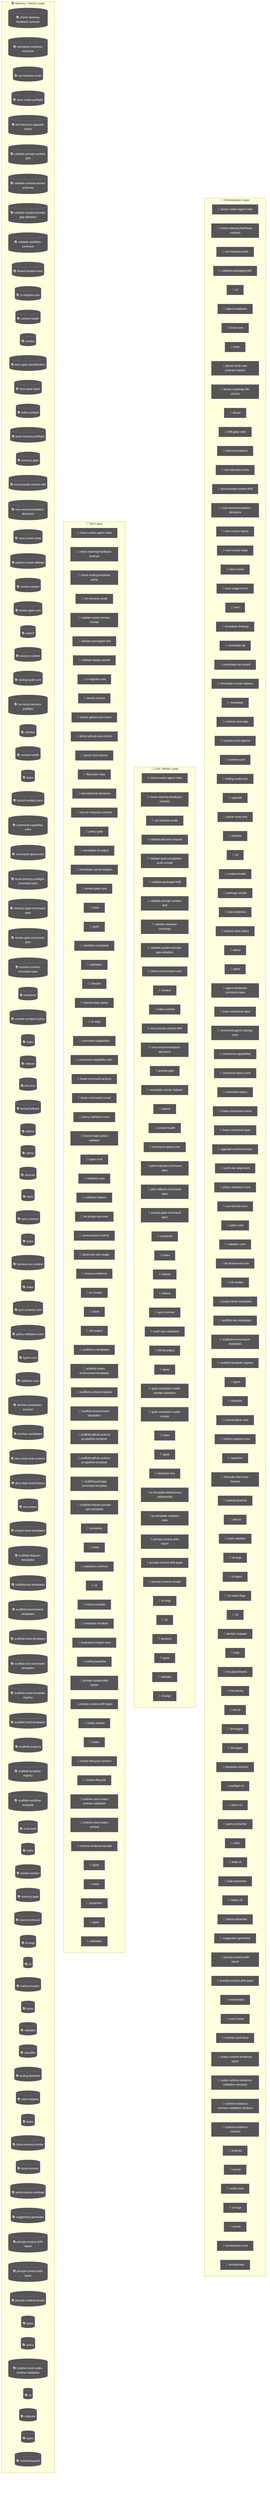
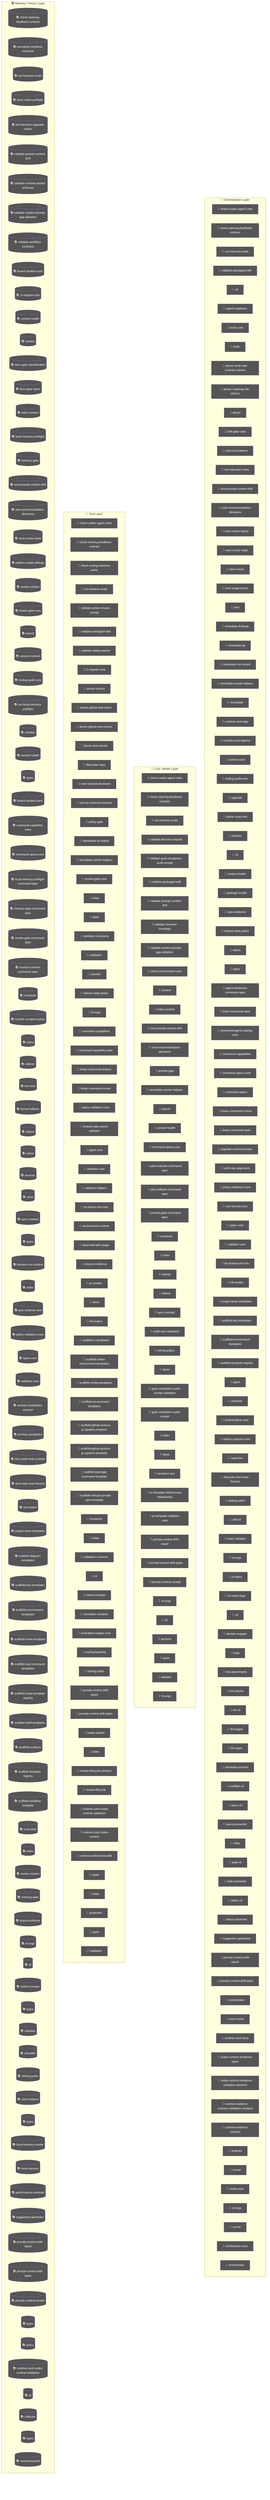
flowchart TD
  subgraph Orchestration["🎯 Orchestration Layer"]
    node_agent_mmd_orchestration_layer_orchestration_chec_7a9f0b64["🤖 check-codex-agent-roles"]
    node_agent_mmd_orchestration_layer_orchestration_chec_7fd47f5c["🤖 check-steering-feedback-contract"]
    node_agent_mmd_orchestration_layer_orchestration_run__18817957["🤖 run-harness-evals"]
    node_agent_mmd_orchestration_layer_orchestration_vali_c01b04be["🤖 validate-packaged-skill"]
    cli_99bb8840["🤖 cli"]
    agent_readiness_c82c68e6["🤖 agent-readiness"]
    brain_core_aa07c380["🤖 brain-core"]
    brain_bbbf7a64["🤖 brain"]
    doctor_north_star_contract_checks_0048124c["🤖 doctor-north-star-contract-checks"]
    doctor_roadmap_file_checks_14447b8e["🤖 doctor-roadmap-file-checks"]
    doctor_72f4be89["🤖 doctor"]
    drift_gate_rules_9685e72d["🤖 drift-gate-rules"]
    next_cli_evidence_2385bd04["🤖 next-cli-evidence"]
    next_decision_meta_c58bc91b["🤖 next-decision-meta"]
    node_agent_mmd_orchestration_layer_orchestration_next_bd28cb25["🤖 next-prompt-context-drift"]
    node_agent_mmd_orchestration_layer_orchestration_next_2419fcae["🤖 next-recommendation-decisions"]
    next_runner_inputs_754dba64["🤖 next-runner-inputs"]
    node_agent_mmd_orchestration_layer_orchestration_next_5393fba1["🤖 next-runner-state"]
    next_runner_41643472["🤖 next-runner"]
    next_usage_errors_837a345a["🤖 next-usage-errors"]
    next_c6c1c9a9["🤖 next"]
    remediate_findings_8b09c8c6["🤖 remediate-findings"]
    remediate_git_58c6f6f4["🤖 remediate-git"]
    remediate_run_record_9dfe5dc1["🤖 remediate-run-record"]
    node_agent_mmd_orchestration_layer_orchestration_reme_359fe98f["🤖 remediate-runner-helpers"]
    remediate_06b9c7fc["🤖 remediate"]
    runtime_card_args_2b3d4b28["🤖 runtime-card-args"]
    runtime_card_options_c9156ad5["🤖 runtime-card-options"]
    runtime_card_e06b53e1["🤖 runtime-card"]
    node_agent_mmd_orchestration_layer_orchestration_tool_acfe0c01["🤖 tooling-audit-core"]
    upgrade_7fef9479["🤖 upgrade"]
    active_route_refs_d7a46846["🤖 active-route-refs"]
    node_agent_mmd_orchestration_layer_orchestration_chec_0550c395["🤖 checker"]
    cli_1_084e05fe["🤖 cli"]
    node_agent_mmd_orchestration_layer_orchestration_cont_61b3b9c9["🤖 context-health"]
    package_scripts_3ee6150f["🤖 package-scripts"]
    repo_evidence_38bb1de5["🤖 repo-evidence"]
    node_agent_mmd_orchestration_layer_orchestration_shar_724ef5f0["🤖 shared-state-policy"]
    status_073c1634["🤖 status"]
    node_agent_mmd_orchestration_layer_orchestration_type_4f906dcc["🤖 types"]
    agent_readiness_command_spec_a30c2c1e["🤖 agent-readiness-command-spec"]
    brain_command_spec_15b122d5["🤖 brain-command-spec"]
    command_agent_catalog_rules_8e06b2af["🤖 command-agent-catalog-rules"]
    node_agent_mmd_orchestration_layer_orchestration_comm_6e41a7f7["🤖 command-capabilities"]
    node_agent_mmd_orchestration_layer_orchestration_comm_1f8cc24c["🤖 command-specs-core"]
    command_specs_69167c63["🤖 command-specs"]
    node_agent_mmd_orchestration_layer_orchestration_line_b67affd5["🤖 linear-command-runner"]
    linear_command_spec_1e12dd44["🤖 linear-command-spec"]
    upgrade_command_spec_03f6c7bd["🤖 upgrade-command-spec"]
    north_star_alignment_00440188["🤖 north-star-alignment"]
    node_agent_mmd_orchestration_layer_orchestration_poli_3270b55d["🤖 policy-validators-core"]
    run_records_core_89286dfa["🤖 run-records-core"]
    node_agent_mmd_orchestration_layer_orchestration_type_7cf81261["🤖 types-core"]
    node_agent_mmd_orchestration_layer_orchestration_vali_d9fe99e6["🤖 validator-core"]
    node_agent_mmd_orchestration_layer_orchestration_he_p_fc778c24["🤖 he-phase-exit-core"]
    node_agent_mmd_orchestration_layer_orchestration_init_2a9c3ecb["🤖 init-modes"]
    node_agent_mmd_orchestration_layer_orchestration_proj_6ab6f60f["🤖 project-brain-templates"]
    node_agent_mmd_orchestration_layer_orchestration_scaf_12cc07db["🤖 scaffold-doc-templates"]
    node_agent_mmd_orchestration_layer_orchestration_scaf_c9a90c2f["🤖 scaffold-environment-templates"]
    node_agent_mmd_orchestration_layer_orchestration_scaf_ff8f92f6["🤖 scaffold-template-registry"]
    types_17_ed30531c["🤖 types"]
    node_agent_mmd_orchestration_layer_orchestration_clas_899b821a["🤖 classifier"]
    control_plane_core_db3b4cb2["🤖 control-plane-core"]
    metrics_capture_core_db4bf7cf["🤖 metrics-capture-core"]
    registries_06402afa["🤖 registries"]
    lifecycle_intent_test_fixtures_a53c7ada["🤖 lifecycle-intent-test-fixtures"]
-     node_agent_mmd_orchestration_layer_orchestration_tool_cc43149f["🤖 tooling-baseline"]
+     node_agent_mmd_orchestration_layer_orchestration_tool_6fb851c8["🤖 tooling-paths"]
    add_cli_7614de25["🤖 add-cli"]
    brain_validator_be251832["🤖 brain-validator"]
    cli_args_8_d546936e["🤖 cli-args"]
    cli_types_1686e858["🤖 cli-types"]
    cli_value_flags_732a8e43["🤖 cli-value-flags"]
    cli_10_35dc8cbd["🤖 cli"]
    domain_mapper_cd9333d2["🤖 domain-mapper"]
    help_106a5842["🤖 help"]
    lint_attachments_873c0632["🤖 lint-attachments"]
    lint_checks_83522b19["🤖 lint-checks"]
    lint_cli_9ec62ec0["🤖 lint-cli"]
    lint_pages_e33301d0["🤖 lint-pages"]
    lint_types_2862c255["🤖 lint-types"]
    metadata_scanner_6a101b66["🤖 metadata-scanner"]
    preflight_cli_5d148379["🤖 preflight-cli"]
    query_cli_b95be64d["🤖 query-cli"]
    query_presenter_02e6077c["🤖 query-presenter"]
    rules_6c621d1a["🤖 rules"]
    stale_cli_64548720["🤖 stale-cli"]
    stale_presenter_1de4e3a2["🤖 stale-presenter"]
    status_cli_4c24a0d6["🤖 status-cli"]
    status_presenter_8de686c1["🤖 status-presenter"]
    node_agent_mmd_orchestration_layer_orchestration_sugg_85c5ebe3["🤖 suggestion-generator"]
    node_agent_mmd_orchestration_layer_orchestration_prom_d17b4de2["🤖 prompt-context-drift-report"]
    node_agent_mmd_orchestration_layer_orchestration_prom_77088997["🤖 prompt-context-drift-types"]
    orchestrator_11376b7e["🤖 orchestrator"]
    eval_runner_0966a6b3["🤖 eval-runner"]
    runtime_card_trace_64a5ca95["🤖 runtime-card-trace"]
    codex_runtime_evidence_types_f55808dd["🤖 codex-runtime-evidence-types"]
    codex_runtime_evidence_validation_sections_6d236b4a["🤖 codex-runtime-evidence-validation-sections"]
    runtime_evidence_contract_validation_sections_1779ca7c["🤖 runtime-evidence-contract-validation-sections"]
    runtime_evidence_contract_0f7b15b2["🤖 runtime-evidence-contract"]
    analysis_f44e85c4["🤖 analysis"]
    runner_527aa9f4["🤖 runner"]
    verify_work_1_cd8e7ec3["🤖 verify-work"]
    cli_args_14_3481043e["🤖 cli-args"]
    runner_1_6f281bf8["🤖 runner"]
    orchestrator_core_d0678b53["🤖 orchestrator-core"]
    orchestrator_1_6b7137c5["🤖 orchestrator"]
  end
  subgraph LLMLayer["🧠 LLM / Model Layer"]
    node_agent_mmd_llm_model_layer_llmlayer_check_codex_a_29e7b7fa["💡 check-codex-agent-roles"]
    node_agent_mmd_llm_model_layer_llmlayer_check_steerin_0e1bf90d["💡 check-steering-feedback-contract"]
    node_agent_mmd_llm_model_layer_llmlayer_run_harness_e_603fcfdc["💡 run-harness-evals"]
    validate_decision_request_2e5c325e["💡 validate-decision-request"]
    validate_goal_completion_audit_receipt_100d252c["💡 validate-goal-completion-audit-receipt"]
    node_agent_mmd_llm_model_layer_llmlayer_validate_pack_2a12e1f4["💡 validate-packaged-skill"]
    node_agent_mmd_llm_model_layer_llmlayer_validate_prom_9880f764["💡 validate-prompt-context-drift"]
    validate_reviewer_coverage_251efee3["💡 validate-reviewer-coverage"]
    node_agent_mmd_llm_model_layer_llmlayer_validate_syst_5636156e["💡 validate-system-prompt-gap-adoption"]
    check_environment_core_2c16213f["💡 check-environment-core"]
    node_agent_mmd_llm_model_layer_llmlayer_context_conte_ad2dfbd9["💡 context"]
    node_agent_mmd_llm_model_layer_llmlayer_index_context_1041bd11["💡 index-context"]
    node_agent_mmd_llm_model_layer_llmlayer_next_prompt_c_bdfb9c8c["💡 next-prompt-context-drift"]
    node_agent_mmd_llm_model_layer_llmlayer_next_recommen_b2930791["💡 next-recommendation-decisions"]
    prompt_gate_c5e9d207["💡 prompt-gate"]
    node_agent_mmd_llm_model_layer_llmlayer_remediate_run_9e3d4585["💡 remediate-runner-helpers"]
    node_agent_mmd_llm_model_layer_llmlayer_search_search_66b9a911["💡 search"]
    node_agent_mmd_llm_model_layer_llmlayer_context_healt_cfc0bfa8["💡 context-health"]
    node_agent_mmd_llm_model_layer_llmlayer_command_specs_782af9fa["💡 command-specs-core"]
    pilot_evaluate_command_spec_1084ea72["💡 pilot-evaluate-command-spec"]
    pilot_rollback_command_spec_4fe69f7d["💡 pilot-rollback-command-spec"]
    prompt_gate_command_spec_9a941482["💡 prompt-gate-command-spec"]
    node_agent_mmd_llm_model_layer_llmlayer_constants_con_c9bd3f6c["💡 constants"]
    node_agent_mmd_llm_model_layer_llmlayer_index_index_1_02e160ff["💡 index"]
    node_agent_mmd_llm_model_layer_llmlayer_indexer_index_4f4deef5["💡 indexer"]
    node_agent_mmd_llm_model_layer_llmlayer_ollama_ollama_968b23fa["💡 ollama"]
    node_agent_mmd_llm_model_layer_llmlayer_sync_contract_9f3cc8c1["💡 sync-contract"]
    north_star_validators_cfc926ce["💡 north-star-validators"]
    hilt_boundary_9b36fb15["💡 hilt-boundary"]
    types_10_75e5a4a0["💡 types"]
    goal_completion_audit_receipt_validation_9d0f4891["💡 goal-completion-audit-receipt-validation"]
    goal_completion_audit_receipt_5e4939c3["💡 goal-completion-audit-receipt"]
    index_5_522f772a["💡 index"]
    node_agent_mmd_llm_model_layer_llmlayer_constants_con_c9bd3f6c["💡 constants"]
    types_18_37582e2a["💡 types"]
    sensitive_text_7c11f760["💡 sensitive-text"]
    pr_template_linked_issue_relationship_a7b61f2c["💡 pr-template-linked-issue-relationship"]
    pr_template_validator_rules_20a32d6b["💡 pr-template-validator-rules"]
    node_agent_mmd_llm_model_layer_llmlayer_index_index_1_02e160ff["💡 index"]
    node_agent_mmd_llm_model_layer_llmlayer_prompt_contex_81f9066a["💡 prompt-context-drift-report"]
    node_agent_mmd_llm_model_layer_llmlayer_prompt_contex_e5066b88["💡 prompt-context-drift-types"]
    node_agent_mmd_llm_model_layer_llmlayer_index_index_1_02e160ff["💡 index"]
    node_agent_mmd_llm_model_layer_llmlayer_prompt_contex_6426acc2["💡 prompt-context-receipt"]
    cli_args_9_9c136878["💡 cli-args"]
    cli_11_338a8415["💡 cli"]
    sections_4697ef32["💡 sections"]
    types_28_4476fcc6["💡 types"]
    validator_7_f836eb0e["💡 validator"]
    cli_args_10_861cdd3f["💡 cli-args"]
  end
  subgraph ToolLayer["🔧 Tool Layer"]
    node_agent_mmd_tool_layer_toollayer_check_codex_agent_4b361d5a["🔧 check-codex-agent-roles"]
    node_agent_mmd_tool_layer_toollayer_check_steering_fe_eafecf3a["🔧 check-steering-feedback-contract"]
    check_tooling_baseline_parity_3124b30a["🔧 check-tooling-baseline-parity"]
    node_agent_mmd_tool_layer_toollayer_run_harness_evals_e2ee24f1["🔧 run-harness-evals"]
    validate_action_review_receipt_fa2f06c3["🔧 validate-action-review-receipt"]
    node_agent_mmd_tool_layer_toollayer_validate_packaged_2855c827["🔧 validate-packaged-skill"]
    validate_replay_packet_f309747e["🔧 validate-replay-packet"]
    node_agent_mmd_tool_layer_toollayer_ci_migrate_core_c_049f8460["🔧 ci-migrate-core"]
    doctor_checks_5a2eb2b9["🔧 doctor-checks"]
    doctor_github_tool_check_e0a938df["🔧 doctor-github-tool-check"]
    doctor_github_tool_checks_a53b0382["🔧 doctor-github-tool-checks"]
    doctor_tool_checks_4acac51a["🔧 doctor-tool-checks"]
    fleet_plan_repo_ecdc6499["🔧 fleet-plan-repo"]
    next_blocked_decisions_4140ad2b["🔧 next-blocked-decisions"]
    next_pr_closeout_contract_af31d30a["🔧 next-pr-closeout-contract"]
    policy_gate_213f7313["🔧 policy-gate"]
    remediate_cli_output_cc165396["🔧 remediate-cli-output"]
    node_agent_mmd_tool_layer_toollayer_remediate_runner__c003b871["🔧 remediate-runner-helpers"]
    node_agent_mmd_tool_layer_toollayer_review_gate_core__7704598b["🔧 review-gate-core"]
    index_1bc04b52["🔧 index"]
    types_1_4ecdf56e["🔧 types"]
    validation_constants_e002a0f6["🔧 validation-constants"]
    validation_98c41dcd["🔧 validation"]
    node_agent_mmd_tool_layer_toollayer_checker_checker_2_453d593b["🔧 checker"]
    node_agent_mmd_tool_layer_toollayer_shared_state_poli_53734acd["🔧 shared-state-policy"]
    cli_args_1_6144b055["🔧 cli-args"]
    node_agent_mmd_tool_layer_toollayer_command_capabilit_7fe13db1["🔧 command-capabilities"]
    node_agent_mmd_tool_layer_toollayer_command_capabilit_e97a4615["🔧 command-capability-rules"]
    linear_command_actions_e430f4f4["🔧 linear-command-actions"]
    node_agent_mmd_tool_layer_toollayer_linear_command_ru_d6763748["🔧 linear-command-runner"]
    node_agent_mmd_tool_layer_toollayer_policy_validators_af136abf["🔧 policy-validators-core"]
    shared_state_action_validator_e7b128cd["🔧 shared-state-action-validator"]
    node_agent_mmd_tool_layer_toollayer_types_core_types__6c8319b6["🔧 types-core"]
    node_agent_mmd_tool_layer_toollayer_validator_core_va_6ef6131f["🔧 validator-core"]
    validator_helpers_7b927667["🔧 validator-helpers"]
    node_agent_mmd_tool_layer_toollayer_he_phase_exit_cor_af016160["🔧 he-phase-exit-core"]
    environment_runtime_3206f0a8["🔧 environment-runtime"]
    observed_skill_usage_ed7d5930["🔧 observed-skill-usage"]
    closure_evidence_aaa31467["🔧 closure-evidence"]
    pr_creator_dc6b1ea4["🔧 pr-creator"]
    client_948fe603["🔧 client"]
    init_output_360dce91["🔧 init-output"]
    scaffold_ci_templates_2afd6392["🔧 scaffold-ci-templates"]
    scaffold_codex_environment_templates_334fbbed["🔧 scaffold-codex-environment-templates"]
    scaffold_config_templates_4b80ce53["🔧 scaffold-config-templates"]
    node_agent_mmd_tool_layer_toollayer_scaffold_environm_c1afc013["🔧 scaffold-environment-templates"]
    scaffold_github_actions_pr_pipeline_renderer_1ee18de5["🔧 scaffold-github-actions-pr-pipeline-renderer"]
    scaffold_github_actions_pr_pipeline_template_e2b85f62["🔧 scaffold-github-actions-pr-pipeline-template"]
    scaffold_package_command_template_80e32e83["🔧 scaffold-package-command-template"]
    scaffold_release_private_npm_template_075499f8["🔧 scaffold-release-private-npm-template"]
    node_agent_mmd_tool_layer_toollayer_constants_constan_9d71b829["🔧 constants"]
    index_9_32dd4d91["🔧 index"]
    validation_common_6161e48b["🔧 validation-common"]
    node_agent_mmd_tool_layer_toollayer_cli_cli_2_1_32d9eeaf["🔧 cli"]
    node_agent_mmd_tool_layer_toollayer_metrics_tracker_m_4c9237d8["🔧 metrics-tracker"]
    normalise_renderer_85f2e563["🔧 normalise-renderer"]
    evaluation_engine_core_e054fe49["🔧 evaluation-engine-core"]
-     node_agent_mmd_tool_layer_toollayer_tooling_baseline__61e66e9f["🔧 tooling-baseline"]
+     tooling_baseline_50ab2eeb["🔧 tooling-baseline"]
+     node_agent_mmd_tool_layer_toollayer_tooling_paths_too_64483840["🔧 tooling-paths"]
    node_agent_mmd_tool_layer_toollayer_prompt_context_dr_a2772f2b["🔧 prompt-context-drift-report"]
    node_agent_mmd_tool_layer_toollayer_prompt_context_dr_bd82da46["🔧 prompt-context-drift-types"]
    replay_packet_a1293f88["🔧 replay-packet"]
    index_14_d982116c["🔧 index"]
    review_lifecycle_contract_e5447221["🔧 review-lifecycle-contract"]
    review_lifecycle_89afa64c["🔧 review-lifecycle"]
    node_agent_mmd_tool_layer_toollayer_runtime_card_code_3636ceac["🔧 runtime-card-codex-runtime-validation"]
    runtime_card_codex_runtime_0655e230["🔧 runtime-card-codex-runtime"]
    runtime_evidence_bundle_d471a232["🔧 runtime-evidence-bundle"]
    types_37_32ccf9f9["🔧 types"]
    index_17_642943a2["🔧 index"]
    projection_1b250ea1["🔧 projection"]
    types_39_d07de160["🔧 types"]
    validation_8_b9fa10af["🔧 validation"]
  end
  subgraph MemoryLayer["📚 Memory / Vector Layer"]
    node_agent_mmd_memory_vector_layer_memorylayer_check__64c86928[("📚 check-steering-feedback-contract")]
    normalize_workflow_contracts_8701f1c8[("📚 normalize-workflow-contracts")]
    node_agent_mmd_memory_vector_layer_memorylayer_run_ha_5b637d0d[("📚 run-harness-evals")]
    sync_codex_preflight_7e7a8dc2[("📚 sync-codex-preflight")]
    test_harness_upgrade_matrix_84113c4e[("📚 test-harness-upgrade-matrix")]
    node_agent_mmd_memory_vector_layer_memorylayer_valida_c52c4db8[("📚 validate-prompt-context-drift")]
    validate_runtime_packet_schemas_bc3ba8ec[("📚 validate-runtime-packet-schemas")]
    node_agent_mmd_memory_vector_layer_memorylayer_valida_db599a97[("📚 validate-system-prompt-gap-adoption")]
    validate_workflow_contracts_33dc063c[("📚 validate-workflow-contracts")]
    branch_protect_core_a8feb0fd[("📚 branch-protect-core")]
    node_agent_mmd_memory_vector_layer_memorylayer_ci_mig_0cd5b1a4[("📚 ci-migrate-core")]
    context_health_80bb7da9[("📚 context-health")]
    node_agent_mmd_memory_vector_layer_memorylayer_contex_78ceaaa9[("📚 context")]
    docs_gate_classification_2f51c90b[("📚 docs-gate-classification")]
    docs_gate_types_d285abb6[("📚 docs-gate-types")]
    node_agent_mmd_memory_vector_layer_memorylayer_index__6f3402d0[("📚 index-context")]
    local_memory_preflight_dcc36c42[("📚 local-memory-preflight")]
    memory_gate_a577a506[("📚 memory-gate")]
    node_agent_mmd_memory_vector_layer_memorylayer_next_p_25a3d4ff[("📚 next-prompt-context-drift")]
    node_agent_mmd_memory_vector_layer_memorylayer_next_r_ef64c9f9[("📚 next-recommendation-decisions")]
    node_agent_mmd_memory_vector_layer_memorylayer_next_r_7feb80cc[("📚 next-runner-state")]
    pattern_scope_siblings_43abe000[("📚 pattern-scope-siblings")]
    review_context_ca6cf81d[("📚 review-context")]
    node_agent_mmd_memory_vector_layer_memorylayer_review_5bee9816[("📚 review-gate-core")]
    node_agent_mmd_memory_vector_layer_memorylayer_search_ac35cb7e[("📚 search")]
    session_context_e5ec72c0[("📚 session-context")]
    node_agent_mmd_memory_vector_layer_memorylayer_toolin_a1185b8f[("📚 tooling-audit-core")]
    run_local_memory_preflight_36e92808[("📚 run-local-memory-preflight")]
    node_agent_mmd_memory_vector_layer_memorylayer_checke_a583eb4f[("📚 checker")]
    node_agent_mmd_memory_vector_layer_memorylayer_contex_3204aa0e[("📚 context-health")]
    node_agent_mmd_memory_vector_layer_memorylayer_types__9ad640a0[("📚 types")]
    branch_protect_sync_570adb18[("📚 branch-protect-sync")]
    node_agent_mmd_memory_vector_layer_memorylayer_comman_c72a5d05[("📚 command-capability-rules")]
    node_agent_mmd_memory_vector_layer_memorylayer_comman_111eb454[("📚 command-specs-core")]
    local_memory_preflight_command_spec_9e23f3ce[("📚 local-memory-preflight-command-spec")]
    memory_gate_command_spec_dc9001a9[("📚 memory-gate-command-spec")]
    review_gate_command_spec_3187376a[("📚 review-gate-command-spec")]
    session_context_command_spec_973afbb1[("📚 session-context-command-spec")]
    node_agent_mmd_memory_vector_layer_memorylayer_consta_702d3f46[("📚 constants")]
    context_compact_policy_3dcaf95d[("📚 context-compact-policy")]
    node_agent_mmd_memory_vector_layer_memorylayer_index__752bc61e[("📚 index")]
    node_agent_mmd_memory_vector_layer_memorylayer_indexe_93e6d86f[("📚 indexer")]
    init_error_5c7dd49f[("📚 init-error")]
    lexical_fallback_723e2b3e[("📚 lexical-fallback")]
    node_agent_mmd_memory_vector_layer_memorylayer_ollama_6d51be16[("📚 ollama")]
    rollout_a4fa034c[("📚 rollout")]
    sources_878a52fc[("📚 sources")]
    store_824d80d7[("📚 store")]
    node_agent_mmd_memory_vector_layer_memorylayer_sync_c_e43418bc[("📚 sync-contract")]
    types_8_f6283648[("📚 types")]
    harness_run_context_ac7c77a9[("📚 harness-run-context")]
    index_4_013aa0e3[("📚 index")]
    json_schema_core_96d7e328[("📚 json-schema-core")]
    node_agent_mmd_memory_vector_layer_memorylayer_policy_1944de42[("📚 policy-validators-core")]
    node_agent_mmd_memory_vector_layer_memorylayer_types__83f369fa[("📚 types-core")]
    node_agent_mmd_memory_vector_layer_memorylayer_valida_41034356[("📚 validator-core")]
    archive_candidates_scanner_d0931789[("📚 archive-candidates-scanner")]
    archive_candidates_dc0e40e1[("📚 archive-candidates")]
    docs_task_eval_contract_79347457[("📚 docs-task-eval-contract")]
    docs_task_eval_fixtures_44902755[("📚 docs-task-eval-fixtures")]
    node_agent_mmd_memory_vector_layer_memorylayer_init_m_333d02c5[("📚 init-modes")]
    node_agent_mmd_memory_vector_layer_memorylayer_projec_3ae304d9[("📚 project-brain-templates")]
    scaffold_diagram_templates_dd88e83c[("📚 scaffold-diagram-templates")]
    node_agent_mmd_memory_vector_layer_memorylayer_scaffo_5fd73b94[("📚 scaffold-doc-templates")]
    node_agent_mmd_memory_vector_layer_memorylayer_scaffo_12b42341[("📚 scaffold-environment-templates")]
    scaffold_hook_templates_8c74ab50[("📚 scaffold-hook-templates")]
    scaffold_root_command_templates_404fed7f[("📚 scaffold-root-command-templates")]
    scaffold_script_template_registry_69312d4e[("📚 scaffold-script-template-registry")]
    scaffold_shell_templates_0ad0f915[("📚 scaffold-shell-templates")]
    scaffold_surfaces_12d6494e[("📚 scaffold-surfaces")]
    node_agent_mmd_memory_vector_layer_memorylayer_scaffo_a86eece1[("📚 scaffold-template-registry")]
    scaffold_workflow_template_92310587[("📚 scaffold-workflow-template")]
    eval_seed_5699fd3e[("📚 eval-seed")]
    index_10_f6785a46[("📚 index")]
    review_context_1_e3afed15[("📚 review-context")]
    memory_gate_1_265164ac[("📚 memory-gate")]
    branch_enforcer_acb749cd[("📚 branch-enforcer")]
    cli_args_5_09ea29f0[("📚 cli-args")]
    node_agent_mmd_memory_vector_layer_memorylayer_cli_cl_1f1f89ab[("📚 cli")]
    node_agent_mmd_memory_vector_layer_memorylayer_metric_12562178[("📚 metrics-tracker")]
    types_20_071a0112[("📚 types")]
    validator_5_b19ac2be[("📚 validator")]
    node_agent_mmd_memory_vector_layer_memorylayer_classi_1ebbf5ff[("📚 classifier")]
-     node_agent_mmd_memory_vector_layer_memorylayer_toolin_14f86b00[("📚 tooling-baseline")]
+     node_agent_mmd_memory_vector_layer_memorylayer_toolin_0b766498[("📚 tooling-paths")]
    claim_helpers_20dc8387[("📚 claim-helpers")]
    types_25_89d086aa[("📚 types")]
    local_memory_smoke_1175abfc[("📚 local-memory-smoke")]
    local_memory_0db17ecc[("📚 local-memory")]
    performance_overload_c685bfcf[("📚 performance-overload")]
    node_agent_mmd_memory_vector_layer_memorylayer_sugges_267f408d[("📚 suggestion-generator")]
    node_agent_mmd_memory_vector_layer_memorylayer_index__752bc61e[("📚 index")]
    node_agent_mmd_memory_vector_layer_memorylayer_prompt_ae34fc43[("📚 prompt-context-drift-report")]
    node_agent_mmd_memory_vector_layer_memorylayer_prompt_efd77624[("📚 prompt-context-drift-types")]
    node_agent_mmd_memory_vector_layer_memorylayer_index__752bc61e[("📚 index")]
    node_agent_mmd_memory_vector_layer_memorylayer_prompt_55c0d605[("📚 prompt-context-receipt")]
    types_32_bfe791ff[("📚 types")]
    policy_1_fc4198db[("📚 policy")]
    node_agent_mmd_memory_vector_layer_memorylayer_runtim_a5d23e7f[("📚 runtime-card-codex-runtime-validation")]
    cli_12_01c06c37[("📚 cli")]
    collector_0736fd5b[("📚 collector")]
    types_35_93e66c64[("📚 types")]
    overload_guard_2748c559[("📚 overload-guard")]
  end
  classDef agentNode fill:#555,color:#fff
-   class node_agent_mmd_orchestration_layer_orchestration_chec_7a9f0b64,node_agent_mmd_llm_model_layer_llmlayer_check_codex_a_29e7b7fa,node_agent_mmd_tool_layer_toollayer_check_codex_agent_4b361d5a,node_agent_mmd_orchestration_layer_orchestration_chec_7fd47f5c,node_agent_mmd_llm_model_layer_llmlayer_check_steerin_0e1bf90d,node_agent_mmd_tool_layer_toollayer_check_steering_fe_eafecf3a,node_agent_mmd_memory_vector_layer_memorylayer_check__64c86928,node_agent_mmd_orchestration_layer_orchestration_run__18817957,node_agent_mmd_llm_model_layer_llmlayer_run_harness_e_603fcfdc,node_agent_mmd_tool_layer_toollayer_run_harness_evals_e2ee24f1,node_agent_mmd_memory_vector_layer_memorylayer_run_ha_5b637d0d,node_agent_mmd_orchestration_layer_orchestration_vali_c01b04be,node_agent_mmd_llm_model_layer_llmlayer_validate_pack_2a12e1f4,node_agent_mmd_tool_layer_toollayer_validate_packaged_2855c827,cli_99bb8840,agent_readiness_c82c68e6,brain_core_aa07c380,brain_bbbf7a64,doctor_north_star_contract_checks_0048124c,doctor_roadmap_file_checks_14447b8e,doctor_72f4be89,drift_gate_rules_9685e72d,next_cli_evidence_2385bd04,next_decision_meta_c58bc91b,node_agent_mmd_orchestration_layer_orchestration_next_bd28cb25,node_agent_mmd_llm_model_layer_llmlayer_next_prompt_c_bdfb9c8c,node_agent_mmd_memory_vector_layer_memorylayer_next_p_25a3d4ff,node_agent_mmd_orchestration_layer_orchestration_next_2419fcae,node_agent_mmd_llm_model_layer_llmlayer_next_recommen_b2930791,node_agent_mmd_memory_vector_layer_memorylayer_next_r_ef64c9f9,next_runner_inputs_754dba64,node_agent_mmd_orchestration_layer_orchestration_next_5393fba1,node_agent_mmd_memory_vector_layer_memorylayer_next_r_7feb80cc,next_runner_41643472,next_usage_errors_837a345a,next_c6c1c9a9,remediate_findings_8b09c8c6,remediate_git_58c6f6f4,remediate_run_record_9dfe5dc1,node_agent_mmd_orchestration_layer_orchestration_reme_359fe98f,node_agent_mmd_llm_model_layer_llmlayer_remediate_run_9e3d4585,node_agent_mmd_tool_layer_toollayer_remediate_runner__c003b871,remediate_06b9c7fc,runtime_card_args_2b3d4b28,runtime_card_options_c9156ad5,runtime_card_e06b53e1,node_agent_mmd_orchestration_layer_orchestration_tool_acfe0c01,node_agent_mmd_memory_vector_layer_memorylayer_toolin_a1185b8f,upgrade_7fef9479,active_route_refs_d7a46846,node_agent_mmd_orchestration_layer_orchestration_chec_0550c395,node_agent_mmd_tool_layer_toollayer_checker_checker_2_453d593b,node_agent_mmd_memory_vector_layer_memorylayer_checke_a583eb4f,cli_1_084e05fe,node_agent_mmd_orchestration_layer_orchestration_cont_61b3b9c9,node_agent_mmd_llm_model_layer_llmlayer_context_healt_cfc0bfa8,node_agent_mmd_memory_vector_layer_memorylayer_contex_3204aa0e,package_scripts_3ee6150f,repo_evidence_38bb1de5,node_agent_mmd_orchestration_layer_orchestration_shar_724ef5f0,node_agent_mmd_tool_layer_toollayer_shared_state_poli_53734acd,status_073c1634,node_agent_mmd_orchestration_layer_orchestration_type_4f906dcc,node_agent_mmd_memory_vector_layer_memorylayer_types__9ad640a0,agent_readiness_command_spec_a30c2c1e,brain_command_spec_15b122d5,command_agent_catalog_rules_8e06b2af,node_agent_mmd_orchestration_layer_orchestration_comm_6e41a7f7,node_agent_mmd_tool_layer_toollayer_command_capabilit_7fe13db1,node_agent_mmd_orchestration_layer_orchestration_comm_1f8cc24c,node_agent_mmd_llm_model_layer_llmlayer_command_specs_782af9fa,node_agent_mmd_memory_vector_layer_memorylayer_comman_111eb454,command_specs_69167c63,node_agent_mmd_orchestration_layer_orchestration_line_b67affd5,node_agent_mmd_tool_layer_toollayer_linear_command_ru_d6763748,linear_command_spec_1e12dd44,upgrade_command_spec_03f6c7bd,north_star_alignment_00440188,node_agent_mmd_orchestration_layer_orchestration_poli_3270b55d,node_agent_mmd_tool_layer_toollayer_policy_validators_af136abf,node_agent_mmd_memory_vector_layer_memorylayer_policy_1944de42,run_records_core_89286dfa,node_agent_mmd_orchestration_layer_orchestration_type_7cf81261,node_agent_mmd_tool_layer_toollayer_types_core_types__6c8319b6,node_agent_mmd_memory_vector_layer_memorylayer_types__83f369fa,node_agent_mmd_orchestration_layer_orchestration_vali_d9fe99e6,node_agent_mmd_tool_layer_toollayer_validator_core_va_6ef6131f,node_agent_mmd_memory_vector_layer_memorylayer_valida_41034356,node_agent_mmd_orchestration_layer_orchestration_he_p_fc778c24,node_agent_mmd_tool_layer_toollayer_he_phase_exit_cor_af016160,node_agent_mmd_orchestration_layer_orchestration_init_2a9c3ecb,node_agent_mmd_memory_vector_layer_memorylayer_init_m_333d02c5,node_agent_mmd_orchestration_layer_orchestration_proj_6ab6f60f,node_agent_mmd_memory_vector_layer_memorylayer_projec_3ae304d9,node_agent_mmd_orchestration_layer_orchestration_scaf_12cc07db,node_agent_mmd_memory_vector_layer_memorylayer_scaffo_5fd73b94,node_agent_mmd_orchestration_layer_orchestration_scaf_c9a90c2f,node_agent_mmd_tool_layer_toollayer_scaffold_environm_c1afc013,node_agent_mmd_memory_vector_layer_memorylayer_scaffo_12b42341,node_agent_mmd_orchestration_layer_orchestration_scaf_ff8f92f6,node_agent_mmd_memory_vector_layer_memorylayer_scaffo_a86eece1,types_17_ed30531c,node_agent_mmd_orchestration_layer_orchestration_clas_899b821a,node_agent_mmd_memory_vector_layer_memorylayer_classi_1ebbf5ff,control_plane_core_db3b4cb2,metrics_capture_core_db4bf7cf,registries_06402afa,lifecycle_intent_test_fixtures_a53c7ada,node_agent_mmd_orchestration_layer_orchestration_tool_cc43149f,node_agent_mmd_tool_layer_toollayer_tooling_baseline__61e66e9f,node_agent_mmd_memory_vector_layer_memorylayer_toolin_14f86b00,add_cli_7614de25,brain_validator_be251832,cli_args_8_d546936e,cli_types_1686e858,cli_value_flags_732a8e43,cli_10_35dc8cbd,domain_mapper_cd9333d2,help_106a5842,lint_attachments_873c0632,lint_checks_83522b19,lint_cli_9ec62ec0,lint_pages_e33301d0,lint_types_2862c255,metadata_scanner_6a101b66,preflight_cli_5d148379,query_cli_b95be64d,query_presenter_02e6077c,rules_6c621d1a,stale_cli_64548720,stale_presenter_1de4e3a2,status_cli_4c24a0d6,status_presenter_8de686c1,node_agent_mmd_orchestration_layer_orchestration_sugg_85c5ebe3,node_agent_mmd_memory_vector_layer_memorylayer_sugges_267f408d,node_agent_mmd_orchestration_layer_orchestration_prom_d17b4de2,node_agent_mmd_llm_model_layer_llmlayer_prompt_contex_81f9066a,node_agent_mmd_tool_layer_toollayer_prompt_context_dr_a2772f2b,node_agent_mmd_memory_vector_layer_memorylayer_prompt_ae34fc43,node_agent_mmd_orchestration_layer_orchestration_prom_77088997,node_agent_mmd_llm_model_layer_llmlayer_prompt_contex_e5066b88,node_agent_mmd_tool_layer_toollayer_prompt_context_dr_bd82da46,node_agent_mmd_memory_vector_layer_memorylayer_prompt_efd77624,orchestrator_11376b7e,eval_runner_0966a6b3,runtime_card_trace_64a5ca95,codex_runtime_evidence_types_f55808dd,codex_runtime_evidence_validation_sections_6d236b4a,runtime_evidence_contract_validation_sections_1779ca7c,runtime_evidence_contract_0f7b15b2,analysis_f44e85c4,runner_527aa9f4,verify_work_1_cd8e7ec3,cli_args_14_3481043e,runner_1_6f281bf8,orchestrator_core_d0678b53,orchestrator_1_6b7137c5 agentNode
+   class node_agent_mmd_orchestration_layer_orchestration_chec_7a9f0b64,node_agent_mmd_llm_model_layer_llmlayer_check_codex_a_29e7b7fa,node_agent_mmd_tool_layer_toollayer_check_codex_agent_4b361d5a,node_agent_mmd_orchestration_layer_orchestration_chec_7fd47f5c,node_agent_mmd_llm_model_layer_llmlayer_check_steerin_0e1bf90d,node_agent_mmd_tool_layer_toollayer_check_steering_fe_eafecf3a,node_agent_mmd_memory_vector_layer_memorylayer_check__64c86928,node_agent_mmd_orchestration_layer_orchestration_run__18817957,node_agent_mmd_llm_model_layer_llmlayer_run_harness_e_603fcfdc,node_agent_mmd_tool_layer_toollayer_run_harness_evals_e2ee24f1,node_agent_mmd_memory_vector_layer_memorylayer_run_ha_5b637d0d,node_agent_mmd_orchestration_layer_orchestration_vali_c01b04be,node_agent_mmd_llm_model_layer_llmlayer_validate_pack_2a12e1f4,node_agent_mmd_tool_layer_toollayer_validate_packaged_2855c827,cli_99bb8840,agent_readiness_c82c68e6,brain_core_aa07c380,brain_bbbf7a64,doctor_north_star_contract_checks_0048124c,doctor_roadmap_file_checks_14447b8e,doctor_72f4be89,drift_gate_rules_9685e72d,next_cli_evidence_2385bd04,next_decision_meta_c58bc91b,node_agent_mmd_orchestration_layer_orchestration_next_bd28cb25,node_agent_mmd_llm_model_layer_llmlayer_next_prompt_c_bdfb9c8c,node_agent_mmd_memory_vector_layer_memorylayer_next_p_25a3d4ff,node_agent_mmd_orchestration_layer_orchestration_next_2419fcae,node_agent_mmd_llm_model_layer_llmlayer_next_recommen_b2930791,node_agent_mmd_memory_vector_layer_memorylayer_next_r_ef64c9f9,next_runner_inputs_754dba64,node_agent_mmd_orchestration_layer_orchestration_next_5393fba1,node_agent_mmd_memory_vector_layer_memorylayer_next_r_7feb80cc,next_runner_41643472,next_usage_errors_837a345a,next_c6c1c9a9,remediate_findings_8b09c8c6,remediate_git_58c6f6f4,remediate_run_record_9dfe5dc1,node_agent_mmd_orchestration_layer_orchestration_reme_359fe98f,node_agent_mmd_llm_model_layer_llmlayer_remediate_run_9e3d4585,node_agent_mmd_tool_layer_toollayer_remediate_runner__c003b871,remediate_06b9c7fc,runtime_card_args_2b3d4b28,runtime_card_options_c9156ad5,runtime_card_e06b53e1,node_agent_mmd_orchestration_layer_orchestration_tool_acfe0c01,node_agent_mmd_memory_vector_layer_memorylayer_toolin_a1185b8f,upgrade_7fef9479,active_route_refs_d7a46846,node_agent_mmd_orchestration_layer_orchestration_chec_0550c395,node_agent_mmd_tool_layer_toollayer_checker_checker_2_453d593b,node_agent_mmd_memory_vector_layer_memorylayer_checke_a583eb4f,cli_1_084e05fe,node_agent_mmd_orchestration_layer_orchestration_cont_61b3b9c9,node_agent_mmd_llm_model_layer_llmlayer_context_healt_cfc0bfa8,node_agent_mmd_memory_vector_layer_memorylayer_contex_3204aa0e,package_scripts_3ee6150f,repo_evidence_38bb1de5,node_agent_mmd_orchestration_layer_orchestration_shar_724ef5f0,node_agent_mmd_tool_layer_toollayer_shared_state_poli_53734acd,status_073c1634,node_agent_mmd_orchestration_layer_orchestration_type_4f906dcc,node_agent_mmd_memory_vector_layer_memorylayer_types__9ad640a0,agent_readiness_command_spec_a30c2c1e,brain_command_spec_15b122d5,command_agent_catalog_rules_8e06b2af,node_agent_mmd_orchestration_layer_orchestration_comm_6e41a7f7,node_agent_mmd_tool_layer_toollayer_command_capabilit_7fe13db1,node_agent_mmd_orchestration_layer_orchestration_comm_1f8cc24c,node_agent_mmd_llm_model_layer_llmlayer_command_specs_782af9fa,node_agent_mmd_memory_vector_layer_memorylayer_comman_111eb454,command_specs_69167c63,node_agent_mmd_orchestration_layer_orchestration_line_b67affd5,node_agent_mmd_tool_layer_toollayer_linear_command_ru_d6763748,linear_command_spec_1e12dd44,upgrade_command_spec_03f6c7bd,north_star_alignment_00440188,node_agent_mmd_orchestration_layer_orchestration_poli_3270b55d,node_agent_mmd_tool_layer_toollayer_policy_validators_af136abf,node_agent_mmd_memory_vector_layer_memorylayer_policy_1944de42,run_records_core_89286dfa,node_agent_mmd_orchestration_layer_orchestration_type_7cf81261,node_agent_mmd_tool_layer_toollayer_types_core_types__6c8319b6,node_agent_mmd_memory_vector_layer_memorylayer_types__83f369fa,node_agent_mmd_orchestration_layer_orchestration_vali_d9fe99e6,node_agent_mmd_tool_layer_toollayer_validator_core_va_6ef6131f,node_agent_mmd_memory_vector_layer_memorylayer_valida_41034356,node_agent_mmd_orchestration_layer_orchestration_he_p_fc778c24,node_agent_mmd_tool_layer_toollayer_he_phase_exit_cor_af016160,node_agent_mmd_orchestration_layer_orchestration_init_2a9c3ecb,node_agent_mmd_memory_vector_layer_memorylayer_init_m_333d02c5,node_agent_mmd_orchestration_layer_orchestration_proj_6ab6f60f,node_agent_mmd_memory_vector_layer_memorylayer_projec_3ae304d9,node_agent_mmd_orchestration_layer_orchestration_scaf_12cc07db,node_agent_mmd_memory_vector_layer_memorylayer_scaffo_5fd73b94,node_agent_mmd_orchestration_layer_orchestration_scaf_c9a90c2f,node_agent_mmd_tool_layer_toollayer_scaffold_environm_c1afc013,node_agent_mmd_memory_vector_layer_memorylayer_scaffo_12b42341,node_agent_mmd_orchestration_layer_orchestration_scaf_ff8f92f6,node_agent_mmd_memory_vector_layer_memorylayer_scaffo_a86eece1,types_17_ed30531c,node_agent_mmd_orchestration_layer_orchestration_clas_899b821a,node_agent_mmd_memory_vector_layer_memorylayer_classi_1ebbf5ff,control_plane_core_db3b4cb2,metrics_capture_core_db4bf7cf,registries_06402afa,lifecycle_intent_test_fixtures_a53c7ada,node_agent_mmd_orchestration_layer_orchestration_tool_6fb851c8,node_agent_mmd_tool_layer_toollayer_tooling_paths_too_64483840,node_agent_mmd_memory_vector_layer_memorylayer_toolin_0b766498,add_cli_7614de25,brain_validator_be251832,cli_args_8_d546936e,cli_types_1686e858,cli_value_flags_732a8e43,cli_10_35dc8cbd,domain_mapper_cd9333d2,help_106a5842,lint_attachments_873c0632,lint_checks_83522b19,lint_cli_9ec62ec0,lint_pages_e33301d0,lint_types_2862c255,metadata_scanner_6a101b66,preflight_cli_5d148379,query_cli_b95be64d,query_presenter_02e6077c,rules_6c621d1a,stale_cli_64548720,stale_presenter_1de4e3a2,status_cli_4c24a0d6,status_presenter_8de686c1,node_agent_mmd_orchestration_layer_orchestration_sugg_85c5ebe3,node_agent_mmd_memory_vector_layer_memorylayer_sugges_267f408d,node_agent_mmd_orchestration_layer_orchestration_prom_d17b4de2,node_agent_mmd_llm_model_layer_llmlayer_prompt_contex_81f9066a,node_agent_mmd_tool_layer_toollayer_prompt_context_dr_a2772f2b,node_agent_mmd_memory_vector_layer_memorylayer_prompt_ae34fc43,node_agent_mmd_orchestration_layer_orchestration_prom_77088997,node_agent_mmd_llm_model_layer_llmlayer_prompt_contex_e5066b88,node_agent_mmd_tool_layer_toollayer_prompt_context_dr_bd82da46,node_agent_mmd_memory_vector_layer_memorylayer_prompt_efd77624,orchestrator_11376b7e,eval_runner_0966a6b3,runtime_card_trace_64a5ca95,codex_runtime_evidence_types_f55808dd,codex_runtime_evidence_validation_sections_6d236b4a,runtime_evidence_contract_validation_sections_1779ca7c,runtime_evidence_contract_0f7b15b2,analysis_f44e85c4,runner_527aa9f4,verify_work_1_cd8e7ec3,cli_args_14_3481043e,runner_1_6f281bf8,orchestrator_core_d0678b53,orchestrator_1_6b7137c5 agentNode
  classDef llmNode fill:#555,color:#fff
  class node_agent_mmd_orchestration_layer_orchestration_chec_7a9f0b64,node_agent_mmd_llm_model_layer_llmlayer_check_codex_a_29e7b7fa,node_agent_mmd_tool_layer_toollayer_check_codex_agent_4b361d5a,node_agent_mmd_orchestration_layer_orchestration_chec_7fd47f5c,node_agent_mmd_llm_model_layer_llmlayer_check_steerin_0e1bf90d,node_agent_mmd_tool_layer_toollayer_check_steering_fe_eafecf3a,node_agent_mmd_memory_vector_layer_memorylayer_check__64c86928,node_agent_mmd_orchestration_layer_orchestration_run__18817957,node_agent_mmd_llm_model_layer_llmlayer_run_harness_e_603fcfdc,node_agent_mmd_tool_layer_toollayer_run_harness_evals_e2ee24f1,node_agent_mmd_memory_vector_layer_memorylayer_run_ha_5b637d0d,validate_decision_request_2e5c325e,validate_goal_completion_audit_receipt_100d252c,node_agent_mmd_orchestration_layer_orchestration_vali_c01b04be,node_agent_mmd_llm_model_layer_llmlayer_validate_pack_2a12e1f4,node_agent_mmd_tool_layer_toollayer_validate_packaged_2855c827,node_agent_mmd_llm_model_layer_llmlayer_validate_prom_9880f764,node_agent_mmd_memory_vector_layer_memorylayer_valida_c52c4db8,validate_reviewer_coverage_251efee3,node_agent_mmd_llm_model_layer_llmlayer_validate_syst_5636156e,node_agent_mmd_memory_vector_layer_memorylayer_valida_db599a97,check_environment_core_2c16213f,node_agent_mmd_llm_model_layer_llmlayer_context_conte_ad2dfbd9,node_agent_mmd_memory_vector_layer_memorylayer_contex_78ceaaa9,node_agent_mmd_llm_model_layer_llmlayer_index_context_1041bd11,node_agent_mmd_memory_vector_layer_memorylayer_index__6f3402d0,node_agent_mmd_orchestration_layer_orchestration_next_bd28cb25,node_agent_mmd_llm_model_layer_llmlayer_next_prompt_c_bdfb9c8c,node_agent_mmd_memory_vector_layer_memorylayer_next_p_25a3d4ff,node_agent_mmd_orchestration_layer_orchestration_next_2419fcae,node_agent_mmd_llm_model_layer_llmlayer_next_recommen_b2930791,node_agent_mmd_memory_vector_layer_memorylayer_next_r_ef64c9f9,prompt_gate_c5e9d207,node_agent_mmd_orchestration_layer_orchestration_reme_359fe98f,node_agent_mmd_llm_model_layer_llmlayer_remediate_run_9e3d4585,node_agent_mmd_tool_layer_toollayer_remediate_runner__c003b871,node_agent_mmd_llm_model_layer_llmlayer_search_search_66b9a911,node_agent_mmd_memory_vector_layer_memorylayer_search_ac35cb7e,node_agent_mmd_orchestration_layer_orchestration_cont_61b3b9c9,node_agent_mmd_llm_model_layer_llmlayer_context_healt_cfc0bfa8,node_agent_mmd_memory_vector_layer_memorylayer_contex_3204aa0e,node_agent_mmd_orchestration_layer_orchestration_comm_1f8cc24c,node_agent_mmd_llm_model_layer_llmlayer_command_specs_782af9fa,node_agent_mmd_memory_vector_layer_memorylayer_comman_111eb454,pilot_evaluate_command_spec_1084ea72,pilot_rollback_command_spec_4fe69f7d,prompt_gate_command_spec_9a941482,node_agent_mmd_llm_model_layer_llmlayer_constants_con_c9bd3f6c,node_agent_mmd_memory_vector_layer_memorylayer_consta_702d3f46,node_agent_mmd_llm_model_layer_llmlayer_index_index_1_02e160ff,node_agent_mmd_memory_vector_layer_memorylayer_index__752bc61e,node_agent_mmd_llm_model_layer_llmlayer_indexer_index_4f4deef5,node_agent_mmd_memory_vector_layer_memorylayer_indexe_93e6d86f,node_agent_mmd_llm_model_layer_llmlayer_ollama_ollama_968b23fa,node_agent_mmd_memory_vector_layer_memorylayer_ollama_6d51be16,node_agent_mmd_llm_model_layer_llmlayer_sync_contract_9f3cc8c1,node_agent_mmd_memory_vector_layer_memorylayer_sync_c_e43418bc,north_star_validators_cfc926ce,hilt_boundary_9b36fb15,types_10_75e5a4a0,goal_completion_audit_receipt_validation_9d0f4891,goal_completion_audit_receipt_5e4939c3,index_5_522f772a,node_agent_mmd_tool_layer_toollayer_constants_constan_9d71b829,types_18_37582e2a,sensitive_text_7c11f760,pr_template_linked_issue_relationship_a7b61f2c,pr_template_validator_rules_20a32d6b,node_agent_mmd_orchestration_layer_orchestration_prom_d17b4de2,node_agent_mmd_llm_model_layer_llmlayer_prompt_contex_81f9066a,node_agent_mmd_tool_layer_toollayer_prompt_context_dr_a2772f2b,node_agent_mmd_memory_vector_layer_memorylayer_prompt_ae34fc43,node_agent_mmd_orchestration_layer_orchestration_prom_77088997,node_agent_mmd_llm_model_layer_llmlayer_prompt_contex_e5066b88,node_agent_mmd_tool_layer_toollayer_prompt_context_dr_bd82da46,node_agent_mmd_memory_vector_layer_memorylayer_prompt_efd77624,node_agent_mmd_llm_model_layer_llmlayer_prompt_contex_6426acc2,node_agent_mmd_memory_vector_layer_memorylayer_prompt_55c0d605,cli_args_9_9c136878,cli_11_338a8415,sections_4697ef32,types_28_4476fcc6,validator_7_f836eb0e,cli_args_10_861cdd3f llmNode
  classDef toolNode fill:#555,color:#fff
-   class node_agent_mmd_orchestration_layer_orchestration_chec_7a9f0b64,node_agent_mmd_llm_model_layer_llmlayer_check_codex_a_29e7b7fa,node_agent_mmd_tool_layer_toollayer_check_codex_agent_4b361d5a,node_agent_mmd_orchestration_layer_orchestration_chec_7fd47f5c,node_agent_mmd_llm_model_layer_llmlayer_check_steerin_0e1bf90d,node_agent_mmd_tool_layer_toollayer_check_steering_fe_eafecf3a,node_agent_mmd_memory_vector_layer_memorylayer_check__64c86928,check_tooling_baseline_parity_3124b30a,node_agent_mmd_orchestration_layer_orchestration_run__18817957,node_agent_mmd_llm_model_layer_llmlayer_run_harness_e_603fcfdc,node_agent_mmd_tool_layer_toollayer_run_harness_evals_e2ee24f1,node_agent_mmd_memory_vector_layer_memorylayer_run_ha_5b637d0d,validate_action_review_receipt_fa2f06c3,node_agent_mmd_orchestration_layer_orchestration_vali_c01b04be,node_agent_mmd_llm_model_layer_llmlayer_validate_pack_2a12e1f4,node_agent_mmd_tool_layer_toollayer_validate_packaged_2855c827,validate_replay_packet_f309747e,node_agent_mmd_tool_layer_toollayer_ci_migrate_core_c_049f8460,node_agent_mmd_memory_vector_layer_memorylayer_ci_mig_0cd5b1a4,doctor_checks_5a2eb2b9,doctor_github_tool_check_e0a938df,doctor_github_tool_checks_a53b0382,doctor_tool_checks_4acac51a,fleet_plan_repo_ecdc6499,next_blocked_decisions_4140ad2b,next_pr_closeout_contract_af31d30a,policy_gate_213f7313,remediate_cli_output_cc165396,node_agent_mmd_orchestration_layer_orchestration_reme_359fe98f,node_agent_mmd_llm_model_layer_llmlayer_remediate_run_9e3d4585,node_agent_mmd_tool_layer_toollayer_remediate_runner__c003b871,node_agent_mmd_tool_layer_toollayer_review_gate_core__7704598b,node_agent_mmd_memory_vector_layer_memorylayer_review_5bee9816,index_1bc04b52,types_1_4ecdf56e,validation_constants_e002a0f6,validation_98c41dcd,node_agent_mmd_orchestration_layer_orchestration_chec_0550c395,node_agent_mmd_tool_layer_toollayer_checker_checker_2_453d593b,node_agent_mmd_memory_vector_layer_memorylayer_checke_a583eb4f,node_agent_mmd_orchestration_layer_orchestration_shar_724ef5f0,node_agent_mmd_tool_layer_toollayer_shared_state_poli_53734acd,cli_args_1_6144b055,node_agent_mmd_orchestration_layer_orchestration_comm_6e41a7f7,node_agent_mmd_tool_layer_toollayer_command_capabilit_7fe13db1,node_agent_mmd_tool_layer_toollayer_command_capabilit_e97a4615,node_agent_mmd_memory_vector_layer_memorylayer_comman_c72a5d05,linear_command_actions_e430f4f4,node_agent_mmd_orchestration_layer_orchestration_line_b67affd5,node_agent_mmd_tool_layer_toollayer_linear_command_ru_d6763748,node_agent_mmd_orchestration_layer_orchestration_poli_3270b55d,node_agent_mmd_tool_layer_toollayer_policy_validators_af136abf,node_agent_mmd_memory_vector_layer_memorylayer_policy_1944de42,shared_state_action_validator_e7b128cd,node_agent_mmd_orchestration_layer_orchestration_type_7cf81261,node_agent_mmd_tool_layer_toollayer_types_core_types__6c8319b6,node_agent_mmd_memory_vector_layer_memorylayer_types__83f369fa,node_agent_mmd_orchestration_layer_orchestration_vali_d9fe99e6,node_agent_mmd_tool_layer_toollayer_validator_core_va_6ef6131f,node_agent_mmd_memory_vector_layer_memorylayer_valida_41034356,validator_helpers_7b927667,node_agent_mmd_orchestration_layer_orchestration_he_p_fc778c24,node_agent_mmd_tool_layer_toollayer_he_phase_exit_cor_af016160,environment_runtime_3206f0a8,observed_skill_usage_ed7d5930,closure_evidence_aaa31467,pr_creator_dc6b1ea4,client_948fe603,init_output_360dce91,scaffold_ci_templates_2afd6392,scaffold_codex_environment_templates_334fbbed,scaffold_config_templates_4b80ce53,node_agent_mmd_orchestration_layer_orchestration_scaf_c9a90c2f,node_agent_mmd_tool_layer_toollayer_scaffold_environm_c1afc013,node_agent_mmd_memory_vector_layer_memorylayer_scaffo_12b42341,scaffold_github_actions_pr_pipeline_renderer_1ee18de5,scaffold_github_actions_pr_pipeline_template_e2b85f62,scaffold_package_command_template_80e32e83,scaffold_release_private_npm_template_075499f8,node_agent_mmd_llm_model_layer_llmlayer_constants_con_c9bd3f6c,node_agent_mmd_tool_layer_toollayer_constants_constan_9d71b829,index_9_32dd4d91,validation_common_6161e48b,node_agent_mmd_tool_layer_toollayer_cli_cli_2_1_32d9eeaf,node_agent_mmd_memory_vector_layer_memorylayer_cli_cl_1f1f89ab,node_agent_mmd_tool_layer_toollayer_metrics_tracker_m_4c9237d8,node_agent_mmd_memory_vector_layer_memorylayer_metric_12562178,normalise_renderer_85f2e563,evaluation_engine_core_e054fe49,node_agent_mmd_orchestration_layer_orchestration_tool_cc43149f,node_agent_mmd_tool_layer_toollayer_tooling_baseline__61e66e9f,node_agent_mmd_memory_vector_layer_memorylayer_toolin_14f86b00,node_agent_mmd_orchestration_layer_orchestration_prom_d17b4de2,node_agent_mmd_llm_model_layer_llmlayer_prompt_contex_81f9066a,node_agent_mmd_tool_layer_toollayer_prompt_context_dr_a2772f2b,node_agent_mmd_memory_vector_layer_memorylayer_prompt_ae34fc43,node_agent_mmd_orchestration_layer_orchestration_prom_77088997,node_agent_mmd_llm_model_layer_llmlayer_prompt_contex_e5066b88,node_agent_mmd_tool_layer_toollayer_prompt_context_dr_bd82da46,node_agent_mmd_memory_vector_layer_memorylayer_prompt_efd77624,replay_packet_a1293f88,index_14_d982116c,review_lifecycle_contract_e5447221,review_lifecycle_89afa64c,node_agent_mmd_tool_layer_toollayer_runtime_card_code_3636ceac,node_agent_mmd_memory_vector_layer_memorylayer_runtim_a5d23e7f,runtime_card_codex_runtime_0655e230,runtime_evidence_bundle_d471a232,types_37_32ccf9f9,index_17_642943a2,projection_1b250ea1,types_39_d07de160,validation_8_b9fa10af toolNode
+   class node_agent_mmd_orchestration_layer_orchestration_chec_7a9f0b64,node_agent_mmd_llm_model_layer_llmlayer_check_codex_a_29e7b7fa,node_agent_mmd_tool_layer_toollayer_check_codex_agent_4b361d5a,node_agent_mmd_orchestration_layer_orchestration_chec_7fd47f5c,node_agent_mmd_llm_model_layer_llmlayer_check_steerin_0e1bf90d,node_agent_mmd_tool_layer_toollayer_check_steering_fe_eafecf3a,node_agent_mmd_memory_vector_layer_memorylayer_check__64c86928,check_tooling_baseline_parity_3124b30a,node_agent_mmd_orchestration_layer_orchestration_run__18817957,node_agent_mmd_llm_model_layer_llmlayer_run_harness_e_603fcfdc,node_agent_mmd_tool_layer_toollayer_run_harness_evals_e2ee24f1,node_agent_mmd_memory_vector_layer_memorylayer_run_ha_5b637d0d,validate_action_review_receipt_fa2f06c3,node_agent_mmd_orchestration_layer_orchestration_vali_c01b04be,node_agent_mmd_llm_model_layer_llmlayer_validate_pack_2a12e1f4,node_agent_mmd_tool_layer_toollayer_validate_packaged_2855c827,validate_replay_packet_f309747e,node_agent_mmd_tool_layer_toollayer_ci_migrate_core_c_049f8460,node_agent_mmd_memory_vector_layer_memorylayer_ci_mig_0cd5b1a4,doctor_checks_5a2eb2b9,doctor_github_tool_check_e0a938df,doctor_github_tool_checks_a53b0382,doctor_tool_checks_4acac51a,fleet_plan_repo_ecdc6499,next_blocked_decisions_4140ad2b,next_pr_closeout_contract_af31d30a,policy_gate_213f7313,remediate_cli_output_cc165396,node_agent_mmd_orchestration_layer_orchestration_reme_359fe98f,node_agent_mmd_llm_model_layer_llmlayer_remediate_run_9e3d4585,node_agent_mmd_tool_layer_toollayer_remediate_runner__c003b871,node_agent_mmd_tool_layer_toollayer_review_gate_core__7704598b,node_agent_mmd_memory_vector_layer_memorylayer_review_5bee9816,index_1bc04b52,types_1_4ecdf56e,validation_constants_e002a0f6,validation_98c41dcd,node_agent_mmd_orchestration_layer_orchestration_chec_0550c395,node_agent_mmd_tool_layer_toollayer_checker_checker_2_453d593b,node_agent_mmd_memory_vector_layer_memorylayer_checke_a583eb4f,node_agent_mmd_orchestration_layer_orchestration_shar_724ef5f0,node_agent_mmd_tool_layer_toollayer_shared_state_poli_53734acd,cli_args_1_6144b055,node_agent_mmd_orchestration_layer_orchestration_comm_6e41a7f7,node_agent_mmd_tool_layer_toollayer_command_capabilit_7fe13db1,node_agent_mmd_tool_layer_toollayer_command_capabilit_e97a4615,node_agent_mmd_memory_vector_layer_memorylayer_comman_c72a5d05,linear_command_actions_e430f4f4,node_agent_mmd_orchestration_layer_orchestration_line_b67affd5,node_agent_mmd_tool_layer_toollayer_linear_command_ru_d6763748,node_agent_mmd_orchestration_layer_orchestration_poli_3270b55d,node_agent_mmd_tool_layer_toollayer_policy_validators_af136abf,node_agent_mmd_memory_vector_layer_memorylayer_policy_1944de42,shared_state_action_validator_e7b128cd,node_agent_mmd_orchestration_layer_orchestration_type_7cf81261,node_agent_mmd_tool_layer_toollayer_types_core_types__6c8319b6,node_agent_mmd_memory_vector_layer_memorylayer_types__83f369fa,node_agent_mmd_orchestration_layer_orchestration_vali_d9fe99e6,node_agent_mmd_tool_layer_toollayer_validator_core_va_6ef6131f,node_agent_mmd_memory_vector_layer_memorylayer_valida_41034356,validator_helpers_7b927667,node_agent_mmd_orchestration_layer_orchestration_he_p_fc778c24,node_agent_mmd_tool_layer_toollayer_he_phase_exit_cor_af016160,environment_runtime_3206f0a8,observed_skill_usage_ed7d5930,closure_evidence_aaa31467,pr_creator_dc6b1ea4,client_948fe603,init_output_360dce91,scaffold_ci_templates_2afd6392,scaffold_codex_environment_templates_334fbbed,scaffold_config_templates_4b80ce53,node_agent_mmd_orchestration_layer_orchestration_scaf_c9a90c2f,node_agent_mmd_tool_layer_toollayer_scaffold_environm_c1afc013,node_agent_mmd_memory_vector_layer_memorylayer_scaffo_12b42341,scaffold_github_actions_pr_pipeline_renderer_1ee18de5,scaffold_github_actions_pr_pipeline_template_e2b85f62,scaffold_package_command_template_80e32e83,scaffold_release_private_npm_template_075499f8,node_agent_mmd_llm_model_layer_llmlayer_constants_con_c9bd3f6c,node_agent_mmd_tool_layer_toollayer_constants_constan_9d71b829,index_9_32dd4d91,validation_common_6161e48b,node_agent_mmd_tool_layer_toollayer_cli_cli_2_1_32d9eeaf,node_agent_mmd_memory_vector_layer_memorylayer_cli_cl_1f1f89ab,node_agent_mmd_tool_layer_toollayer_metrics_tracker_m_4c9237d8,node_agent_mmd_memory_vector_layer_memorylayer_metric_12562178,normalise_renderer_85f2e563,evaluation_engine_core_e054fe49,tooling_baseline_50ab2eeb,node_agent_mmd_orchestration_layer_orchestration_tool_6fb851c8,node_agent_mmd_tool_layer_toollayer_tooling_paths_too_64483840,node_agent_mmd_memory_vector_layer_memorylayer_toolin_0b766498,node_agent_mmd_orchestration_layer_orchestration_prom_d17b4de2,node_agent_mmd_llm_model_layer_llmlayer_prompt_contex_81f9066a,node_agent_mmd_tool_layer_toollayer_prompt_context_dr_a2772f2b,node_agent_mmd_memory_vector_layer_memorylayer_prompt_ae34fc43,node_agent_mmd_orchestration_layer_orchestration_prom_77088997,node_agent_mmd_llm_model_layer_llmlayer_prompt_contex_e5066b88,node_agent_mmd_tool_layer_toollayer_prompt_context_dr_bd82da46,node_agent_mmd_memory_vector_layer_memorylayer_prompt_efd77624,replay_packet_a1293f88,index_14_d982116c,review_lifecycle_contract_e5447221,review_lifecycle_89afa64c,node_agent_mmd_tool_layer_toollayer_runtime_card_code_3636ceac,node_agent_mmd_memory_vector_layer_memorylayer_runtim_a5d23e7f,runtime_card_codex_runtime_0655e230,runtime_evidence_bundle_d471a232,types_37_32ccf9f9,index_17_642943a2,projection_1b250ea1,types_39_d07de160,validation_8_b9fa10af toolNode
  classDef memNode fill:#555,color:#fff
-   class node_agent_mmd_orchestration_layer_orchestration_chec_7fd47f5c,node_agent_mmd_llm_model_layer_llmlayer_check_steerin_0e1bf90d,node_agent_mmd_tool_layer_toollayer_check_steering_fe_eafecf3a,node_agent_mmd_memory_vector_layer_memorylayer_check__64c86928,normalize_workflow_contracts_8701f1c8,node_agent_mmd_orchestration_layer_orchestration_run__18817957,node_agent_mmd_llm_model_layer_llmlayer_run_harness_e_603fcfdc,node_agent_mmd_tool_layer_toollayer_run_harness_evals_e2ee24f1,node_agent_mmd_memory_vector_layer_memorylayer_run_ha_5b637d0d,sync_codex_preflight_7e7a8dc2,test_harness_upgrade_matrix_84113c4e,node_agent_mmd_llm_model_layer_llmlayer_validate_prom_9880f764,node_agent_mmd_memory_vector_layer_memorylayer_valida_c52c4db8,validate_runtime_packet_schemas_bc3ba8ec,node_agent_mmd_llm_model_layer_llmlayer_validate_syst_5636156e,node_agent_mmd_memory_vector_layer_memorylayer_valida_db599a97,validate_workflow_contracts_33dc063c,branch_protect_core_a8feb0fd,node_agent_mmd_tool_layer_toollayer_ci_migrate_core_c_049f8460,node_agent_mmd_memory_vector_layer_memorylayer_ci_mig_0cd5b1a4,context_health_80bb7da9,node_agent_mmd_llm_model_layer_llmlayer_context_conte_ad2dfbd9,node_agent_mmd_memory_vector_layer_memorylayer_contex_78ceaaa9,docs_gate_classification_2f51c90b,docs_gate_types_d285abb6,node_agent_mmd_llm_model_layer_llmlayer_index_context_1041bd11,node_agent_mmd_memory_vector_layer_memorylayer_index__6f3402d0,local_memory_preflight_dcc36c42,memory_gate_a577a506,node_agent_mmd_orchestration_layer_orchestration_next_bd28cb25,node_agent_mmd_llm_model_layer_llmlayer_next_prompt_c_bdfb9c8c,node_agent_mmd_memory_vector_layer_memorylayer_next_p_25a3d4ff,node_agent_mmd_orchestration_layer_orchestration_next_2419fcae,node_agent_mmd_llm_model_layer_llmlayer_next_recommen_b2930791,node_agent_mmd_memory_vector_layer_memorylayer_next_r_ef64c9f9,node_agent_mmd_orchestration_layer_orchestration_next_5393fba1,node_agent_mmd_memory_vector_layer_memorylayer_next_r_7feb80cc,pattern_scope_siblings_43abe000,review_context_ca6cf81d,node_agent_mmd_tool_layer_toollayer_review_gate_core__7704598b,node_agent_mmd_memory_vector_layer_memorylayer_review_5bee9816,node_agent_mmd_llm_model_layer_llmlayer_search_search_66b9a911,node_agent_mmd_memory_vector_layer_memorylayer_search_ac35cb7e,session_context_e5ec72c0,node_agent_mmd_orchestration_layer_orchestration_tool_acfe0c01,node_agent_mmd_memory_vector_layer_memorylayer_toolin_a1185b8f,run_local_memory_preflight_36e92808,node_agent_mmd_orchestration_layer_orchestration_chec_0550c395,node_agent_mmd_tool_layer_toollayer_checker_checker_2_453d593b,node_agent_mmd_memory_vector_layer_memorylayer_checke_a583eb4f,node_agent_mmd_orchestration_layer_orchestration_cont_61b3b9c9,node_agent_mmd_llm_model_layer_llmlayer_context_healt_cfc0bfa8,node_agent_mmd_memory_vector_layer_memorylayer_contex_3204aa0e,node_agent_mmd_orchestration_layer_orchestration_type_4f906dcc,node_agent_mmd_memory_vector_layer_memorylayer_types__9ad640a0,branch_protect_sync_570adb18,node_agent_mmd_tool_layer_toollayer_command_capabilit_e97a4615,node_agent_mmd_memory_vector_layer_memorylayer_comman_c72a5d05,node_agent_mmd_orchestration_layer_orchestration_comm_1f8cc24c,node_agent_mmd_llm_model_layer_llmlayer_command_specs_782af9fa,node_agent_mmd_memory_vector_layer_memorylayer_comman_111eb454,local_memory_preflight_command_spec_9e23f3ce,memory_gate_command_spec_dc9001a9,review_gate_command_spec_3187376a,session_context_command_spec_973afbb1,node_agent_mmd_llm_model_layer_llmlayer_constants_con_c9bd3f6c,node_agent_mmd_memory_vector_layer_memorylayer_consta_702d3f46,context_compact_policy_3dcaf95d,node_agent_mmd_llm_model_layer_llmlayer_index_index_1_02e160ff,node_agent_mmd_memory_vector_layer_memorylayer_index__752bc61e,node_agent_mmd_llm_model_layer_llmlayer_indexer_index_4f4deef5,node_agent_mmd_memory_vector_layer_memorylayer_indexe_93e6d86f,init_error_5c7dd49f,lexical_fallback_723e2b3e,node_agent_mmd_llm_model_layer_llmlayer_ollama_ollama_968b23fa,node_agent_mmd_memory_vector_layer_memorylayer_ollama_6d51be16,rollout_a4fa034c,sources_878a52fc,store_824d80d7,node_agent_mmd_llm_model_layer_llmlayer_sync_contract_9f3cc8c1,node_agent_mmd_memory_vector_layer_memorylayer_sync_c_e43418bc,types_8_f6283648,harness_run_context_ac7c77a9,index_4_013aa0e3,json_schema_core_96d7e328,node_agent_mmd_orchestration_layer_orchestration_poli_3270b55d,node_agent_mmd_tool_layer_toollayer_policy_validators_af136abf,node_agent_mmd_memory_vector_layer_memorylayer_policy_1944de42,node_agent_mmd_orchestration_layer_orchestration_type_7cf81261,node_agent_mmd_tool_layer_toollayer_types_core_types__6c8319b6,node_agent_mmd_memory_vector_layer_memorylayer_types__83f369fa,node_agent_mmd_orchestration_layer_orchestration_vali_d9fe99e6,node_agent_mmd_tool_layer_toollayer_validator_core_va_6ef6131f,node_agent_mmd_memory_vector_layer_memorylayer_valida_41034356,archive_candidates_scanner_d0931789,archive_candidates_dc0e40e1,docs_task_eval_contract_79347457,docs_task_eval_fixtures_44902755,node_agent_mmd_orchestration_layer_orchestration_init_2a9c3ecb,node_agent_mmd_memory_vector_layer_memorylayer_init_m_333d02c5,node_agent_mmd_orchestration_layer_orchestration_proj_6ab6f60f,node_agent_mmd_memory_vector_layer_memorylayer_projec_3ae304d9,scaffold_diagram_templates_dd88e83c,node_agent_mmd_orchestration_layer_orchestration_scaf_12cc07db,node_agent_mmd_memory_vector_layer_memorylayer_scaffo_5fd73b94,node_agent_mmd_orchestration_layer_orchestration_scaf_c9a90c2f,node_agent_mmd_tool_layer_toollayer_scaffold_environm_c1afc013,node_agent_mmd_memory_vector_layer_memorylayer_scaffo_12b42341,scaffold_hook_templates_8c74ab50,scaffold_root_command_templates_404fed7f,scaffold_script_template_registry_69312d4e,scaffold_shell_templates_0ad0f915,scaffold_surfaces_12d6494e,node_agent_mmd_orchestration_layer_orchestration_scaf_ff8f92f6,node_agent_mmd_memory_vector_layer_memorylayer_scaffo_a86eece1,scaffold_workflow_template_92310587,eval_seed_5699fd3e,index_10_f6785a46,review_context_1_e3afed15,memory_gate_1_265164ac,branch_enforcer_acb749cd,cli_args_5_09ea29f0,node_agent_mmd_tool_layer_toollayer_cli_cli_2_1_32d9eeaf,node_agent_mmd_memory_vector_layer_memorylayer_cli_cl_1f1f89ab,node_agent_mmd_tool_layer_toollayer_metrics_tracker_m_4c9237d8,node_agent_mmd_memory_vector_layer_memorylayer_metric_12562178,types_20_071a0112,validator_5_b19ac2be,node_agent_mmd_orchestration_layer_orchestration_clas_899b821a,node_agent_mmd_memory_vector_layer_memorylayer_classi_1ebbf5ff,node_agent_mmd_orchestration_layer_orchestration_tool_cc43149f,node_agent_mmd_tool_layer_toollayer_tooling_baseline__61e66e9f,node_agent_mmd_memory_vector_layer_memorylayer_toolin_14f86b00,claim_helpers_20dc8387,types_25_89d086aa,local_memory_smoke_1175abfc,local_memory_0db17ecc,performance_overload_c685bfcf,node_agent_mmd_orchestration_layer_orchestration_sugg_85c5ebe3,node_agent_mmd_memory_vector_layer_memorylayer_sugges_267f408d,node_agent_mmd_orchestration_layer_orchestration_prom_d17b4de2,node_agent_mmd_llm_model_layer_llmlayer_prompt_contex_81f9066a,node_agent_mmd_tool_layer_toollayer_prompt_context_dr_a2772f2b,node_agent_mmd_memory_vector_layer_memorylayer_prompt_ae34fc43,node_agent_mmd_orchestration_layer_orchestration_prom_77088997,node_agent_mmd_llm_model_layer_llmlayer_prompt_contex_e5066b88,node_agent_mmd_tool_layer_toollayer_prompt_context_dr_bd82da46,node_agent_mmd_memory_vector_layer_memorylayer_prompt_efd77624,node_agent_mmd_llm_model_layer_llmlayer_prompt_contex_6426acc2,node_agent_mmd_memory_vector_layer_memorylayer_prompt_55c0d605,types_32_bfe791ff,policy_1_fc4198db,node_agent_mmd_tool_layer_toollayer_runtime_card_code_3636ceac,node_agent_mmd_memory_vector_layer_memorylayer_runtim_a5d23e7f,cli_12_01c06c37,collector_0736fd5b,types_35_93e66c64,overload_guard_2748c559 memNode
+   class node_agent_mmd_orchestration_layer_orchestration_chec_7fd47f5c,node_agent_mmd_llm_model_layer_llmlayer_check_steerin_0e1bf90d,node_agent_mmd_tool_layer_toollayer_check_steering_fe_eafecf3a,node_agent_mmd_memory_vector_layer_memorylayer_check__64c86928,normalize_workflow_contracts_8701f1c8,node_agent_mmd_orchestration_layer_orchestration_run__18817957,node_agent_mmd_llm_model_layer_llmlayer_run_harness_e_603fcfdc,node_agent_mmd_tool_layer_toollayer_run_harness_evals_e2ee24f1,node_agent_mmd_memory_vector_layer_memorylayer_run_ha_5b637d0d,sync_codex_preflight_7e7a8dc2,test_harness_upgrade_matrix_84113c4e,node_agent_mmd_llm_model_layer_llmlayer_validate_prom_9880f764,node_agent_mmd_memory_vector_layer_memorylayer_valida_c52c4db8,validate_runtime_packet_schemas_bc3ba8ec,node_agent_mmd_llm_model_layer_llmlayer_validate_syst_5636156e,node_agent_mmd_memory_vector_layer_memorylayer_valida_db599a97,validate_workflow_contracts_33dc063c,branch_protect_core_a8feb0fd,node_agent_mmd_tool_layer_toollayer_ci_migrate_core_c_049f8460,node_agent_mmd_memory_vector_layer_memorylayer_ci_mig_0cd5b1a4,context_health_80bb7da9,node_agent_mmd_llm_model_layer_llmlayer_context_conte_ad2dfbd9,node_agent_mmd_memory_vector_layer_memorylayer_contex_78ceaaa9,docs_gate_classification_2f51c90b,docs_gate_types_d285abb6,node_agent_mmd_llm_model_layer_llmlayer_index_context_1041bd11,node_agent_mmd_memory_vector_layer_memorylayer_index__6f3402d0,local_memory_preflight_dcc36c42,memory_gate_a577a506,node_agent_mmd_orchestration_layer_orchestration_next_bd28cb25,node_agent_mmd_llm_model_layer_llmlayer_next_prompt_c_bdfb9c8c,node_agent_mmd_memory_vector_layer_memorylayer_next_p_25a3d4ff,node_agent_mmd_orchestration_layer_orchestration_next_2419fcae,node_agent_mmd_llm_model_layer_llmlayer_next_recommen_b2930791,node_agent_mmd_memory_vector_layer_memorylayer_next_r_ef64c9f9,node_agent_mmd_orchestration_layer_orchestration_next_5393fba1,node_agent_mmd_memory_vector_layer_memorylayer_next_r_7feb80cc,pattern_scope_siblings_43abe000,review_context_ca6cf81d,node_agent_mmd_tool_layer_toollayer_review_gate_core__7704598b,node_agent_mmd_memory_vector_layer_memorylayer_review_5bee9816,node_agent_mmd_llm_model_layer_llmlayer_search_search_66b9a911,node_agent_mmd_memory_vector_layer_memorylayer_search_ac35cb7e,session_context_e5ec72c0,node_agent_mmd_orchestration_layer_orchestration_tool_acfe0c01,node_agent_mmd_memory_vector_layer_memorylayer_toolin_a1185b8f,run_local_memory_preflight_36e92808,node_agent_mmd_orchestration_layer_orchestration_chec_0550c395,node_agent_mmd_tool_layer_toollayer_checker_checker_2_453d593b,node_agent_mmd_memory_vector_layer_memorylayer_checke_a583eb4f,node_agent_mmd_orchestration_layer_orchestration_cont_61b3b9c9,node_agent_mmd_llm_model_layer_llmlayer_context_healt_cfc0bfa8,node_agent_mmd_memory_vector_layer_memorylayer_contex_3204aa0e,node_agent_mmd_orchestration_layer_orchestration_type_4f906dcc,node_agent_mmd_memory_vector_layer_memorylayer_types__9ad640a0,branch_protect_sync_570adb18,node_agent_mmd_tool_layer_toollayer_command_capabilit_e97a4615,node_agent_mmd_memory_vector_layer_memorylayer_comman_c72a5d05,node_agent_mmd_orchestration_layer_orchestration_comm_1f8cc24c,node_agent_mmd_llm_model_layer_llmlayer_command_specs_782af9fa,node_agent_mmd_memory_vector_layer_memorylayer_comman_111eb454,local_memory_preflight_command_spec_9e23f3ce,memory_gate_command_spec_dc9001a9,review_gate_command_spec_3187376a,session_context_command_spec_973afbb1,node_agent_mmd_llm_model_layer_llmlayer_constants_con_c9bd3f6c,node_agent_mmd_memory_vector_layer_memorylayer_consta_702d3f46,context_compact_policy_3dcaf95d,node_agent_mmd_llm_model_layer_llmlayer_index_index_1_02e160ff,node_agent_mmd_memory_vector_layer_memorylayer_index__752bc61e,node_agent_mmd_llm_model_layer_llmlayer_indexer_index_4f4deef5,node_agent_mmd_memory_vector_layer_memorylayer_indexe_93e6d86f,init_error_5c7dd49f,lexical_fallback_723e2b3e,node_agent_mmd_llm_model_layer_llmlayer_ollama_ollama_968b23fa,node_agent_mmd_memory_vector_layer_memorylayer_ollama_6d51be16,rollout_a4fa034c,sources_878a52fc,store_824d80d7,node_agent_mmd_llm_model_layer_llmlayer_sync_contract_9f3cc8c1,node_agent_mmd_memory_vector_layer_memorylayer_sync_c_e43418bc,types_8_f6283648,harness_run_context_ac7c77a9,index_4_013aa0e3,json_schema_core_96d7e328,node_agent_mmd_orchestration_layer_orchestration_poli_3270b55d,node_agent_mmd_tool_layer_toollayer_policy_validators_af136abf,node_agent_mmd_memory_vector_layer_memorylayer_policy_1944de42,node_agent_mmd_orchestration_layer_orchestration_type_7cf81261,node_agent_mmd_tool_layer_toollayer_types_core_types__6c8319b6,node_agent_mmd_memory_vector_layer_memorylayer_types__83f369fa,node_agent_mmd_orchestration_layer_orchestration_vali_d9fe99e6,node_agent_mmd_tool_layer_toollayer_validator_core_va_6ef6131f,node_agent_mmd_memory_vector_layer_memorylayer_valida_41034356,archive_candidates_scanner_d0931789,archive_candidates_dc0e40e1,docs_task_eval_contract_79347457,docs_task_eval_fixtures_44902755,node_agent_mmd_orchestration_layer_orchestration_init_2a9c3ecb,node_agent_mmd_memory_vector_layer_memorylayer_init_m_333d02c5,node_agent_mmd_orchestration_layer_orchestration_proj_6ab6f60f,node_agent_mmd_memory_vector_layer_memorylayer_projec_3ae304d9,scaffold_diagram_templates_dd88e83c,node_agent_mmd_orchestration_layer_orchestration_scaf_12cc07db,node_agent_mmd_memory_vector_layer_memorylayer_scaffo_5fd73b94,node_agent_mmd_orchestration_layer_orchestration_scaf_c9a90c2f,node_agent_mmd_tool_layer_toollayer_scaffold_environm_c1afc013,node_agent_mmd_memory_vector_layer_memorylayer_scaffo_12b42341,scaffold_hook_templates_8c74ab50,scaffold_root_command_templates_404fed7f,scaffold_script_template_registry_69312d4e,scaffold_shell_templates_0ad0f915,scaffold_surfaces_12d6494e,node_agent_mmd_orchestration_layer_orchestration_scaf_ff8f92f6,node_agent_mmd_memory_vector_layer_memorylayer_scaffo_a86eece1,scaffold_workflow_template_92310587,eval_seed_5699fd3e,index_10_f6785a46,review_context_1_e3afed15,memory_gate_1_265164ac,branch_enforcer_acb749cd,cli_args_5_09ea29f0,node_agent_mmd_tool_layer_toollayer_cli_cli_2_1_32d9eeaf,node_agent_mmd_memory_vector_layer_memorylayer_cli_cl_1f1f89ab,node_agent_mmd_tool_layer_toollayer_metrics_tracker_m_4c9237d8,node_agent_mmd_memory_vector_layer_memorylayer_metric_12562178,types_20_071a0112,validator_5_b19ac2be,node_agent_mmd_orchestration_layer_orchestration_clas_899b821a,node_agent_mmd_memory_vector_layer_memorylayer_classi_1ebbf5ff,node_agent_mmd_orchestration_layer_orchestration_tool_6fb851c8,node_agent_mmd_tool_layer_toollayer_tooling_paths_too_64483840,node_agent_mmd_memory_vector_layer_memorylayer_toolin_0b766498,claim_helpers_20dc8387,types_25_89d086aa,local_memory_smoke_1175abfc,local_memory_0db17ecc,performance_overload_c685bfcf,node_agent_mmd_orchestration_layer_orchestration_sugg_85c5ebe3,node_agent_mmd_memory_vector_layer_memorylayer_sugges_267f408d,node_agent_mmd_orchestration_layer_orchestration_prom_d17b4de2,node_agent_mmd_llm_model_layer_llmlayer_prompt_contex_81f9066a,node_agent_mmd_tool_layer_toollayer_prompt_context_dr_a2772f2b,node_agent_mmd_memory_vector_layer_memorylayer_prompt_ae34fc43,node_agent_mmd_orchestration_layer_orchestration_prom_77088997,node_agent_mmd_llm_model_layer_llmlayer_prompt_contex_e5066b88,node_agent_mmd_tool_layer_toollayer_prompt_context_dr_bd82da46,node_agent_mmd_memory_vector_layer_memorylayer_prompt_efd77624,node_agent_mmd_llm_model_layer_llmlayer_prompt_contex_6426acc2,node_agent_mmd_memory_vector_layer_memorylayer_prompt_55c0d605,types_32_bfe791ff,policy_1_fc4198db,node_agent_mmd_tool_layer_toollayer_runtime_card_code_3636ceac,node_agent_mmd_memory_vector_layer_memorylayer_runtim_a5d23e7f,cli_12_01c06c37,collector_0736fd5b,types_35_93e66c64,overload_guard_2748c559 memNode
